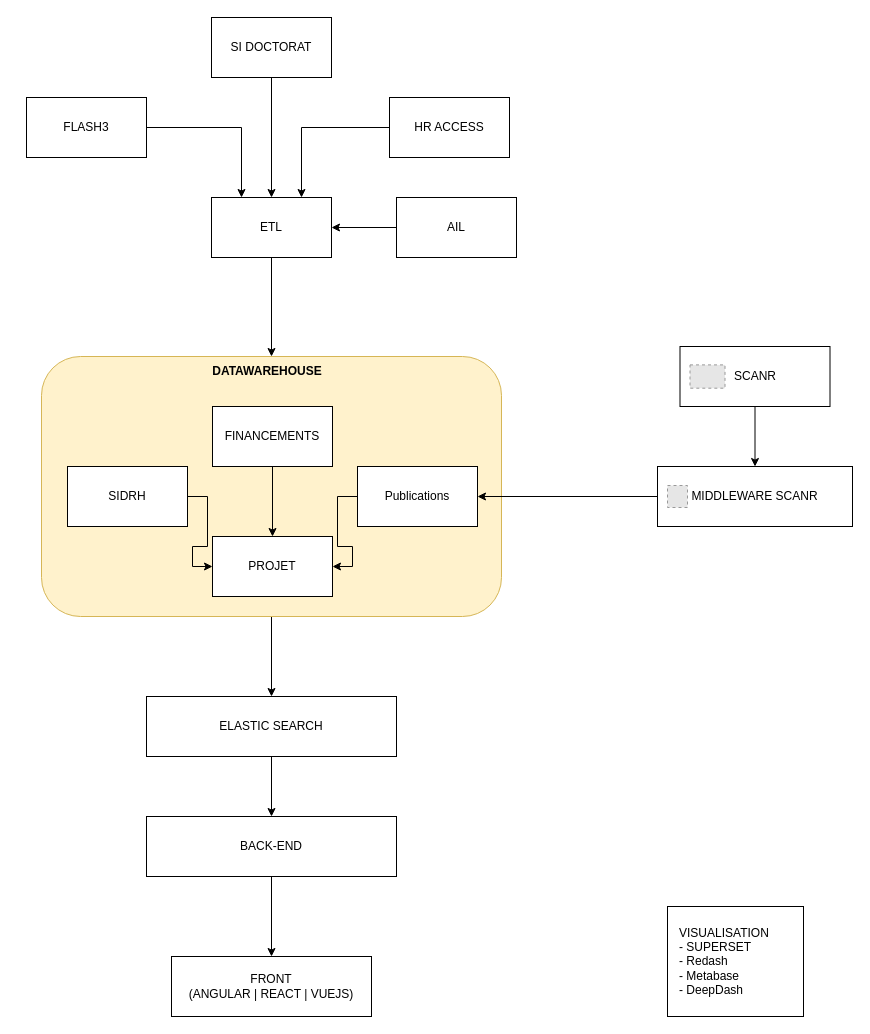
The draw.io diagram page "Page-2" (2 of 3) of Keyrus Lab.drawio in GilYounicorns/Graph, before the edit. Source tidied: cells renumbered, new cells numbered last; positions are measured from the earlier drawing's top-left corner, leaving out a move shared by most shapes. Both pictures are drawn from the tidied source at 100%, with x=0, y=0 at pixel (26, 17). Pictures stored in the file or linked from it are replaced by grey dashed boxes.
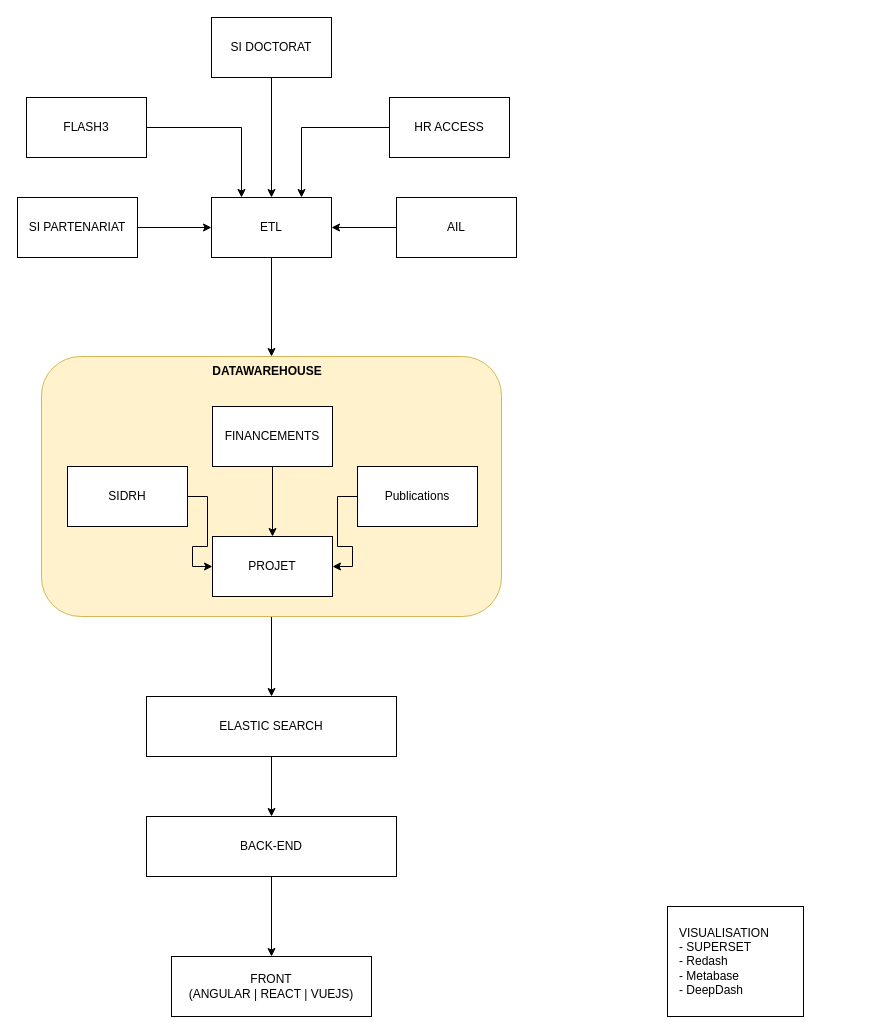
Above is the later version.

Commit message:
Mettre à jour Keyrus Lab.drawio

Unchanged cells that the change refers to:
```xml
<mxCell id="5" value="Publications" style="rounded=0;whiteSpace=wrap;html=1;" parent="1" vertex="1">
  <mxGeometry x="331" y="449" width="120" height="60" as="geometry" />
</mxCell>
<mxCell id="28" value="ETL" style="rounded=0;whiteSpace=wrap;html=1;" parent="1" vertex="1">
  <mxGeometry x="185" y="180" width="120" height="60" as="geometry" />
</mxCell>
```

Change to the diagram source:
```diff
@@
-    <mxCell id="10" style="edgeStyle=orthogonalEdgeStyle;rounded=0;jettySize=auto;html=1;entryX=0.5;entryY=0;entryDx=0;entryDy=0;" parent="1" edge="1" source="31" target="15">
-      <mxGeometry relative="1" as="geometry" />
+    <mxCell id="10" style="edgeStyle=orthogonalEdgeStyle;rounded=0;orthogonalLoop=1;jettySize=auto;html=1;entryX=0.5;entryY=0;entryDx=0;entryDy=0;" parent="1" edge="1">
+      <mxGeometry relative="1" as="geometry">
+        <mxPoint x="728.5" y="389" as="sourcePoint" />
+      </mxGeometry>
     </mxCell>
@@
-    <mxCell id="14" style="group;" parent="1" vertex="1">
-      <mxGeometry x="631" y="449" width="195" height="60" as="geometry" />
-    </mxCell>
-    <mxCell id="15" value="MIDDLEWARE SCANR" style="rounded=0;whiteSpace=wrap;html=1;" parent="14" vertex="1">
-      <mxGeometry width="195" height="60" as="geometry" />
-    </mxCell>
-    <mxCell id="16" style="fillColor=#E6E6E6;strokeColor=#999999;dashed=1;verticalLabelPosition=bottom;labelBackgroundColor=default;verticalAlign=top;" parent="14" vertex="1">
-      <mxGeometry x="10" y="19" width="20" height="22" as="geometry" />
-    </mxCell>
@@
-    <mxCell id="30" style="group;" parent="1" vertex="1">
-      <mxGeometry x="653.5" y="329" width="150" height="60" as="geometry" />
-    </mxCell>
-    <mxCell id="31" value="SCANR" style="rounded=0;whiteSpace=wrap;html=1;" parent="30" vertex="1">
-      <mxGeometry width="150" height="60" as="geometry" />
-    </mxCell>
-    <mxCell id="32" style="fillColor=#E6E6E6;strokeColor=#999999;dashed=1;verticalLabelPosition=bottom;labelBackgroundColor=default;verticalAlign=top;" parent="30" vertex="1">
-      <mxGeometry x="10" y="18.4" width="35" height="23.3" as="geometry" />
-    </mxCell>
-    <mxCell id="33" style="edgeStyle=orthogonalEdgeStyle;rounded=0;jettySize=auto;html=1;entryX=1;entryY=0.5;entryDx=0;entryDy=0;" parent="1" edge="1" source="15" target="5">
-      <mxGeometry relative="1" as="geometry" />
-    </mxCell>
@@
+    <mxCell id="36" style="edgeStyle=orthogonalEdgeStyle;rounded=0;jettySize=auto;html=1;" parent="1" edge="1" source="37" target="28">
+      <mxGeometry relative="1" as="geometry" />
+    </mxCell>
+    <mxCell id="37" value="SI PARTENARIAT" style="rounded=0;whiteSpace=wrap;html=1;" parent="1" vertex="1">
+      <mxGeometry x="-9" y="180" width="120" height="60" as="geometry" />
+    </mxCell>
```
